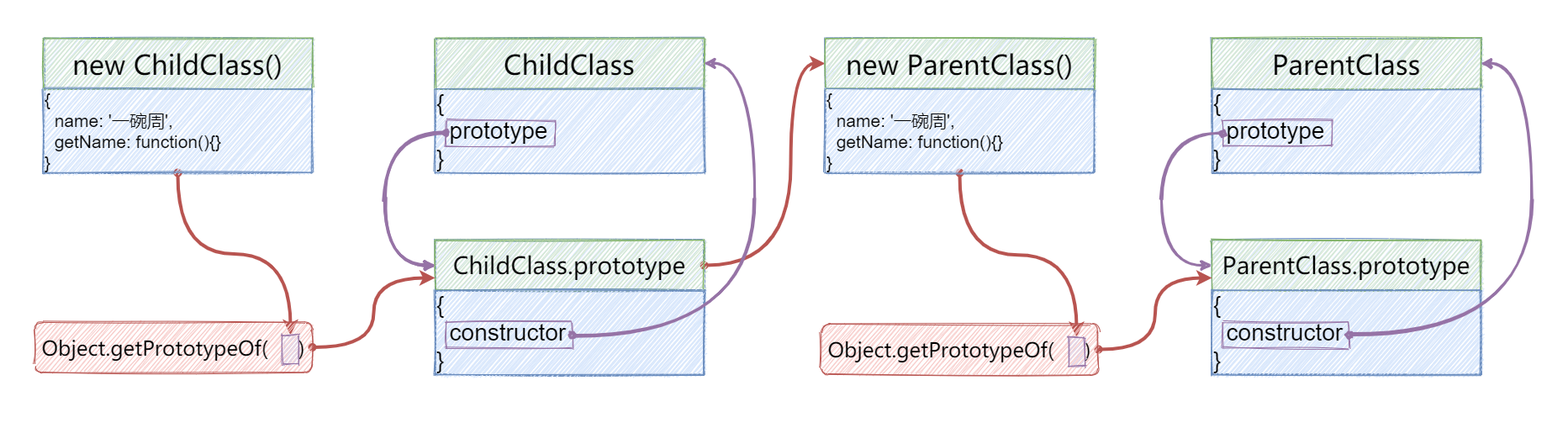
ywanzhou/Learn-front-end-from-scratc keeps this draw.io diagram as 04_JavaScript高级语法/07_继承/image/01_原型链继承.png. Above is the earlier version. Source tidied: cells renumbered, new cells last; positions are measured from the earlier drawing's top-left corner, leaving out a move shared by most shapes.
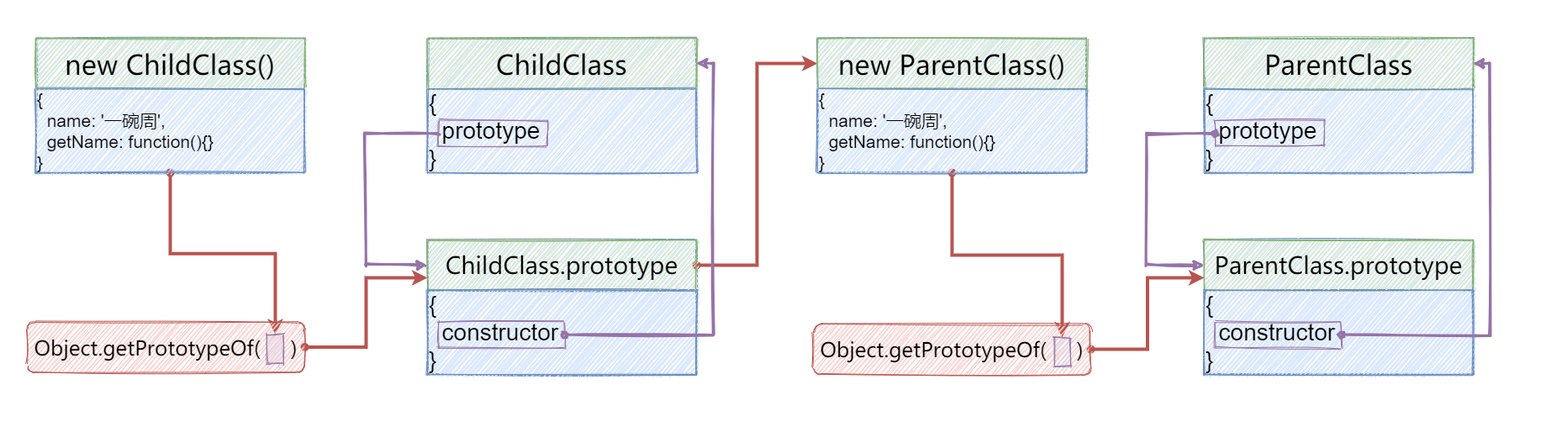
Later version of the same file.

Commit message:
原型链的继承

What changed in the source:
```diff
@@ -3,7 +3,7 @@
     <mxCell id="0" />
     <mxCell id="1" parent="0" />
     <mxCell id="2" style="rounded=0;whiteSpace=wrap;html=1;fillColor=none;strokeColor=none;" parent="1" vertex="1">
-      <mxGeometry width="1863" height="507" as="geometry" />
+      <mxGeometry x="9" width="1863" height="507" as="geometry" />
     </mxCell>
     <mxCell id="3" style="rounded=0;whiteSpace=wrap;html=1;fillColor=#dae8fc;strokeColor=#6c8ebf;sketch=1;" parent="1" vertex="1">
       <mxGeometry x="1441" y="45" width="320" height="160" as="geometry" />
@@ -26,24 +26,19 @@
     <mxCell id="9" value="&lt;font style=&quot;font-size: 28px&quot;&gt;{&lt;br&gt;&amp;nbsp; constructor&lt;br&gt;}&lt;/font&gt;" style="rounded=0;whiteSpace=wrap;html=1;fillColor=#dae8fc;strokeColor=#6c8ebf;align=left;sketch=1;" parent="1" vertex="1">
       <mxGeometry x="1441" y="345" width="320" height="100" as="geometry" />
     </mxCell>
-    <mxCell id="10" style="edgeStyle=orthogonalEdgeStyle;curved=1;rounded=0;jettySize=auto;html=1;exitX=0;exitY=0.5;exitDx=0;exitDy=0;entryX=0;entryY=0.5;entryDx=0;entryDy=0;strokeWidth=3;fillColor=#e1d5e7;strokeColor=#9673a6;sketch=1;startArrow=oval;startFill=1;" parent="1" edge="1" source="11" target="6">
+    <mxCell id="10" style="edgeStyle=orthogonalEdgeStyle;rounded=0;jettySize=auto;html=1;exitX=0;exitY=0.5;exitDx=0;exitDy=0;entryX=0;entryY=0.5;entryDx=0;entryDy=0;strokeWidth=3;fillColor=#e1d5e7;strokeColor=#9673a6;sketch=1;startArrow=oval;startFill=1;" parent="1" edge="1" source="11" target="6">
       <mxGeometry relative="1" as="geometry">
         <Array as="points">
-          <mxPoint x="1381" y="158" />
-          <mxPoint x="1381" y="315" />
+          <mxPoint x="1372" y="158" />
+          <mxPoint x="1372" y="315" />
         </Array>
       </mxGeometry>
     </mxCell>
     <mxCell id="11" style="rounded=0;whiteSpace=wrap;html=1;strokeColor=#9673a6;fillColor=none;sketch=1;" parent="1" vertex="1">
       <mxGeometry x="1454" y="142.5" width="130" height="31" as="geometry" />
     </mxCell>
-    <mxCell id="12" style="edgeStyle=orthogonalEdgeStyle;curved=1;rounded=0;jettySize=auto;html=1;exitX=1;exitY=0.5;exitDx=0;exitDy=0;entryX=1;entryY=0.5;entryDx=0;entryDy=0;strokeWidth=3;fillColor=#e1d5e7;strokeColor=#9673a6;sketch=1;startArrow=oval;startFill=1;" parent="1" edge="1" source="13" target="4">
-      <mxGeometry relative="1" as="geometry">
-        <Array as="points">
-          <mxPoint x="1821" y="398" />
-          <mxPoint x="1821" y="75" />
-        </Array>
-      </mxGeometry>
+    <mxCell id="12" style="edgeStyle=orthogonalEdgeStyle;rounded=0;jettySize=auto;html=1;exitX=1;exitY=0.5;exitDx=0;exitDy=0;entryX=1;entryY=0.5;entryDx=0;entryDy=0;strokeWidth=3;fillColor=#e1d5e7;strokeColor=#9673a6;sketch=1;startArrow=oval;startFill=1;" parent="1" edge="1" source="13" target="4">
+      <mxGeometry relative="1" as="geometry" />
     </mxCell>
     <mxCell id="13" style="rounded=0;whiteSpace=wrap;html=1;strokeColor=#9673a6;fillColor=none;sketch=1;" parent="1" vertex="1">
       <mxGeometry x="1454" y="382.5" width="150" height="31" as="geometry" />
@@ -57,13 +52,8 @@
     <mxCell id="16" style="rounded=0;whiteSpace=wrap;html=1;fillColor=#dae8fc;strokeColor=#6c8ebf;sketch=1;" parent="1" vertex="1">
       <mxGeometry x="517" y="285" width="320" height="160" as="geometry" />
     </mxCell>
-    <mxCell id="17" style="edgeStyle=orthogonalEdgeStyle;rounded=0;jettySize=auto;html=1;exitX=1;exitY=0.5;exitDx=0;exitDy=0;entryX=0;entryY=0.5;entryDx=0;entryDy=0;curved=1;strokeWidth=4;fillColor=#f8cecc;strokeColor=#b85450;startArrow=oval;startFill=1;" parent="1" edge="1" source="18" target="27">
-      <mxGeometry relative="1" as="geometry">
-        <Array as="points">
-          <mxPoint x="940" y="315" />
-          <mxPoint x="940" y="75" />
-        </Array>
-      </mxGeometry>
+    <mxCell id="17" style="edgeStyle=orthogonalEdgeStyle;rounded=0;jettySize=auto;html=1;exitX=1;exitY=0.5;exitDx=0;exitDy=0;entryX=0;entryY=0.5;entryDx=0;entryDy=0;strokeWidth=4;fillColor=#f8cecc;strokeColor=#b85450;startArrow=oval;startFill=1;" parent="1" edge="1" source="18" target="27">
+      <mxGeometry relative="1" as="geometry" />
     </mxCell>
     <mxCell id="18" value="&lt;font style=&quot;font-size: 28px&quot;&gt;&lt;span style=&quot;font-family: &amp;#34;zcool kuaile&amp;#34;&quot;&gt;ChildClass&lt;/span&gt;&lt;font style=&quot;font-size: 28px&quot; face=&quot;ZCOOL KuaiLe&quot;&gt;.prototype&lt;/font&gt;&lt;/font&gt;" style="rounded=0;whiteSpace=wrap;html=1;fillColor=#d5e8d4;strokeColor=#82b366;sketch=1;" parent="1" vertex="1">
       <mxGeometry x="517" y="285" width="320" height="60" as="geometry" />
@@ -77,24 +67,19 @@
     <mxCell id="21" value="&lt;font style=&quot;font-size: 28px&quot;&gt;{&lt;br&gt;&amp;nbsp; constructor&lt;br&gt;}&lt;/font&gt;" style="rounded=0;whiteSpace=wrap;html=1;fillColor=#dae8fc;strokeColor=#6c8ebf;align=left;sketch=1;" parent="1" vertex="1">
       <mxGeometry x="517" y="345" width="320" height="100" as="geometry" />
     </mxCell>
-    <mxCell id="22" style="edgeStyle=orthogonalEdgeStyle;curved=1;rounded=0;jettySize=auto;html=1;exitX=0;exitY=0.5;exitDx=0;exitDy=0;entryX=0;entryY=0.5;entryDx=0;entryDy=0;strokeWidth=3;fillColor=#e1d5e7;strokeColor=#9673a6;sketch=1;" parent="1" edge="1" source="23" target="18">
+    <mxCell id="22" style="edgeStyle=orthogonalEdgeStyle;rounded=0;jettySize=auto;html=1;exitX=0;exitY=0.5;exitDx=0;exitDy=0;entryX=0;entryY=0.5;entryDx=0;entryDy=0;strokeWidth=3;fillColor=#e1d5e7;strokeColor=#9673a6;sketch=1;" parent="1" edge="1" source="23" target="18">
       <mxGeometry relative="1" as="geometry">
         <Array as="points">
-          <mxPoint x="457" y="158" />
-          <mxPoint x="457" y="315" />
+          <mxPoint x="443" y="158" />
+          <mxPoint x="443" y="315" />
         </Array>
       </mxGeometry>
     </mxCell>
     <mxCell id="23" style="rounded=0;whiteSpace=wrap;html=1;strokeColor=#9673a6;fillColor=none;sketch=1;" parent="1" vertex="1">
       <mxGeometry x="530" y="142.5" width="130" height="31" as="geometry" />
     </mxCell>
-    <mxCell id="24" style="edgeStyle=orthogonalEdgeStyle;curved=1;rounded=0;jettySize=auto;html=1;exitX=1;exitY=0.5;exitDx=0;exitDy=0;entryX=1;entryY=0.5;entryDx=0;entryDy=0;strokeWidth=3;fillColor=#e1d5e7;strokeColor=#9673a6;sketch=1;startArrow=oval;startFill=1;" parent="1" edge="1" source="25" target="15">
-      <mxGeometry relative="1" as="geometry">
-        <Array as="points">
-          <mxPoint x="897" y="398" />
-          <mxPoint x="897" y="75" />
-        </Array>
-      </mxGeometry>
+    <mxCell id="24" style="edgeStyle=orthogonalEdgeStyle;rounded=0;jettySize=auto;html=1;exitX=1;exitY=0.5;exitDx=0;exitDy=0;entryX=1;entryY=0.5;entryDx=0;entryDy=0;strokeWidth=3;fillColor=#e1d5e7;strokeColor=#9673a6;sketch=1;startArrow=oval;startFill=1;" parent="1" edge="1" source="25" target="15">
+      <mxGeometry relative="1" as="geometry" />
     </mxCell>
     <mxCell id="25" style="rounded=0;whiteSpace=wrap;html=1;strokeColor=#9673a6;fillColor=none;sketch=1;" parent="1" vertex="1">
       <mxGeometry x="530" y="382.5" width="150" height="31" as="geometry" />
@@ -105,30 +90,20 @@
     <mxCell id="27" value="&lt;font style=&quot;font-size: 32px&quot; face=&quot;ZCOOL KuaiLe&quot;&gt;new&amp;nbsp;&lt;/font&gt;&lt;span style=&quot;font-family: &amp;#34;zcool kuaile&amp;#34; ; font-size: 32px&quot;&gt;ParentClass()&lt;/span&gt;" style="rounded=0;whiteSpace=wrap;html=1;fillColor=#d5e8d4;strokeColor=#82b366;sketch=1;" parent="1" vertex="1">
       <mxGeometry x="981" y="45" width="320" height="60" as="geometry" />
     </mxCell>
-    <mxCell id="28" style="edgeStyle=orthogonalEdgeStyle;curved=1;rounded=0;jettySize=auto;html=1;exitX=0.5;exitY=1;exitDx=0;exitDy=0;startArrow=oval;startFill=1;strokeWidth=4;fillColor=#f8cecc;strokeColor=#b85450;" parent="1" edge="1" source="29" target="33">
+    <mxCell id="28" style="edgeStyle=orthogonalEdgeStyle;rounded=0;jettySize=auto;html=1;exitX=0.5;exitY=1;exitDx=0;exitDy=0;startArrow=oval;startFill=1;strokeWidth=4;fillColor=#f8cecc;strokeColor=#b85450;" parent="1" edge="1" source="29" target="33">
       <mxGeometry relative="1" as="geometry" />
     </mxCell>
     <mxCell id="29" value="&lt;font style=&quot;font-size: 21px&quot;&gt;{&lt;br&gt;&amp;nbsp; name: '一碗周',&lt;br&gt;&amp;nbsp; getName: function(){}&lt;br&gt;}&lt;/font&gt;" style="rounded=0;whiteSpace=wrap;html=1;fillColor=#dae8fc;strokeColor=#6c8ebf;align=left;sketch=1;" parent="1" vertex="1">
       <mxGeometry x="981" y="105" width="320" height="100" as="geometry" />
     </mxCell>
-    <mxCell id="30" style="edgeStyle=orthogonalEdgeStyle;curved=1;rounded=0;orthogonalLoop=1;jettySize=auto;html=1;exitX=0;exitY=0.5;exitDx=0;exitDy=0;entryX=0;entryY=0.5;entryDx=0;entryDy=0;strokeWidth=3;fillColor=#e1d5e7;strokeColor=#9673a6;sketch=1;startArrow=oval;startFill=1;" parent="1" edge="1">
-      <mxGeometry relative="1" as="geometry">
-        <mxPoint x="530" y="158" as="sourcePoint" />
-        <mxPoint x="517" y="315" as="targetPoint" />
-        <Array as="points">
-          <mxPoint x="457" y="158" />
-          <mxPoint x="457" y="315" />
-        </Array>
-      </mxGeometry>
-    </mxCell>
-    <mxCell id="31" style="edgeStyle=orthogonalEdgeStyle;curved=1;rounded=0;jettySize=auto;html=1;exitX=1;exitY=0.5;exitDx=0;exitDy=0;entryX=0;entryY=0.75;entryDx=0;entryDy=0;startArrow=oval;startFill=1;strokeWidth=4;fillColor=#f8cecc;strokeColor=#b85450;" parent="1" edge="1" source="32" target="6">
+    <mxCell id="31" style="edgeStyle=orthogonalEdgeStyle;rounded=0;jettySize=auto;html=1;exitX=1;exitY=0.5;exitDx=0;exitDy=0;entryX=0;entryY=0.75;entryDx=0;entryDy=0;startArrow=oval;startFill=1;strokeWidth=4;fillColor=#f8cecc;strokeColor=#b85450;" parent="1" edge="1" source="32" target="6">
       <mxGeometry relative="1" as="geometry" />
     </mxCell>
     <mxCell id="32" value="&lt;font face=&quot;ZCOOL KuaiLe&quot; style=&quot;font-size: 24px&quot;&gt;Object.getPrototypeOf(&lt;/font&gt;&lt;font face=&quot;ZCOOL KuaiLe&quot; size=&quot;1&quot;&gt;&amp;nbsp; &amp;nbsp; &amp;nbsp; &amp;nbsp; &amp;nbsp; &amp;nbsp;&amp;nbsp;&lt;/font&gt;&lt;font face=&quot;ZCOOL KuaiLe&quot; style=&quot;font-size: 24px&quot;&gt;)&lt;/font&gt;" style="rounded=1;whiteSpace=wrap;html=1;fillColor=#f8cecc;strokeColor=#b85450;sketch=1;" parent="1" vertex="1">
       <mxGeometry x="976" y="385" width="330" height="60" as="geometry" />
     </mxCell>
     <mxCell id="33" style="rounded=0;whiteSpace=wrap;html=1;fillColor=#e1d5e7;strokeColor=#9673a6;sketch=1;" parent="1" vertex="1">
-      <mxGeometry x="1270" y="400.5" width="20" height="35" as="geometry" />
+      <mxGeometry x="1262" y="401" width="20" height="35" as="geometry" />
     </mxCell>
     <mxCell id="34" style="rounded=0;whiteSpace=wrap;html=1;fillColor=#dae8fc;strokeColor=#6c8ebf;sketch=1;" parent="1" vertex="1">
       <mxGeometry x="51" y="45" width="320" height="160" as="geometry" />
@@ -136,20 +111,20 @@
     <mxCell id="35" value="&lt;font style=&quot;font-size: 32px&quot; face=&quot;ZCOOL KuaiLe&quot;&gt;new&amp;nbsp;&lt;/font&gt;&lt;span style=&quot;font-family: &amp;#34;zcool kuaile&amp;#34; ; font-size: 32px&quot;&gt;ChildClass&lt;/span&gt;&lt;span style=&quot;font-family: &amp;#34;zcool kuaile&amp;#34; ; font-size: 32px&quot;&gt;()&lt;/span&gt;" style="rounded=0;whiteSpace=wrap;html=1;fillColor=#d5e8d4;strokeColor=#82b366;sketch=1;" parent="1" vertex="1">
       <mxGeometry x="51" y="45" width="320" height="60" as="geometry" />
     </mxCell>
-    <mxCell id="36" style="edgeStyle=orthogonalEdgeStyle;curved=1;rounded=0;jettySize=auto;html=1;exitX=0.5;exitY=1;exitDx=0;exitDy=0;entryX=0.5;entryY=0;entryDx=0;entryDy=0;startArrow=oval;startFill=1;strokeWidth=4;fillColor=#f8cecc;strokeColor=#b85450;" parent="1" edge="1" source="37" target="40">
+    <mxCell id="36" style="edgeStyle=orthogonalEdgeStyle;rounded=0;jettySize=auto;html=1;exitX=0.5;exitY=1;exitDx=0;exitDy=0;entryX=0.5;entryY=0;entryDx=0;entryDy=0;startArrow=oval;startFill=1;strokeWidth=4;fillColor=#f8cecc;strokeColor=#b85450;" parent="1" edge="1" source="37" target="40">
       <mxGeometry relative="1" as="geometry" />
     </mxCell>
     <mxCell id="37" value="&lt;font style=&quot;font-size: 21px&quot;&gt;{&lt;br&gt;&amp;nbsp; name: '一碗周',&lt;br&gt;&amp;nbsp; getName: function(){}&lt;br&gt;}&lt;/font&gt;" style="rounded=0;whiteSpace=wrap;html=1;fillColor=#dae8fc;strokeColor=#6c8ebf;align=left;sketch=1;" parent="1" vertex="1">
       <mxGeometry x="51" y="105" width="320" height="100" as="geometry" />
     </mxCell>
-    <mxCell id="38" style="edgeStyle=orthogonalEdgeStyle;curved=1;rounded=0;jettySize=auto;html=1;exitX=1;exitY=0.5;exitDx=0;exitDy=0;entryX=0;entryY=0.75;entryDx=0;entryDy=0;startArrow=oval;startFill=1;strokeWidth=4;fillColor=#f8cecc;strokeColor=#b85450;" parent="1" edge="1" source="39" target="18">
+    <mxCell id="38" style="edgeStyle=orthogonalEdgeStyle;rounded=0;jettySize=auto;html=1;exitX=1;exitY=0.5;exitDx=0;exitDy=0;entryX=0;entryY=0.75;entryDx=0;entryDy=0;startArrow=oval;startFill=1;strokeWidth=4;fillColor=#f8cecc;strokeColor=#b85450;" parent="1" edge="1" source="39" target="18">
       <mxGeometry relative="1" as="geometry" />
     </mxCell>
     <mxCell id="39" value="&lt;font face=&quot;ZCOOL KuaiLe&quot; style=&quot;font-size: 24px&quot;&gt;Object.getPrototypeOf(&lt;/font&gt;&lt;font face=&quot;ZCOOL KuaiLe&quot; size=&quot;1&quot;&gt;&amp;nbsp; &amp;nbsp; &amp;nbsp; &amp;nbsp; &amp;nbsp; &amp;nbsp;&amp;nbsp;&lt;/font&gt;&lt;font face=&quot;ZCOOL KuaiLe&quot; style=&quot;font-size: 24px&quot;&gt;)&lt;/font&gt;" style="rounded=1;whiteSpace=wrap;html=1;fillColor=#f8cecc;strokeColor=#b85450;sketch=1;" parent="1" vertex="1">
       <mxGeometry x="41" y="382.5" width="330" height="60" as="geometry" />
     </mxCell>
     <mxCell id="40" style="rounded=0;whiteSpace=wrap;html=1;fillColor=#e1d5e7;strokeColor=#9673a6;sketch=1;" parent="1" vertex="1">
-      <mxGeometry x="335" y="398" width="20" height="35" as="geometry" />
+      <mxGeometry x="326" y="397.5" width="20" height="35" as="geometry" />
     </mxCell>
   </root>
 </mxGraphModel>
```
